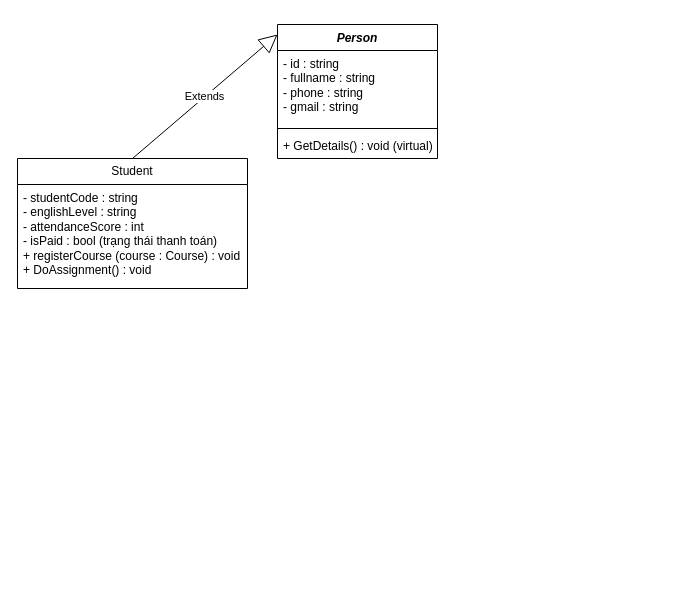
Above: Class_Diagram_QL_TrungTam_TA.drawio in ngocyen06/OOP_QL_Trung_tam_Tieng_Anh (draw.io), before the change. Source tidied: cells renumbered, new cells numbered last; positions are measured from the earlier drawing's top-left corner, leaving out a move shared by most shapes. Both pictures are drawn from the tidied source at 100%, with x=0, y=0 at pixel (17, 24).
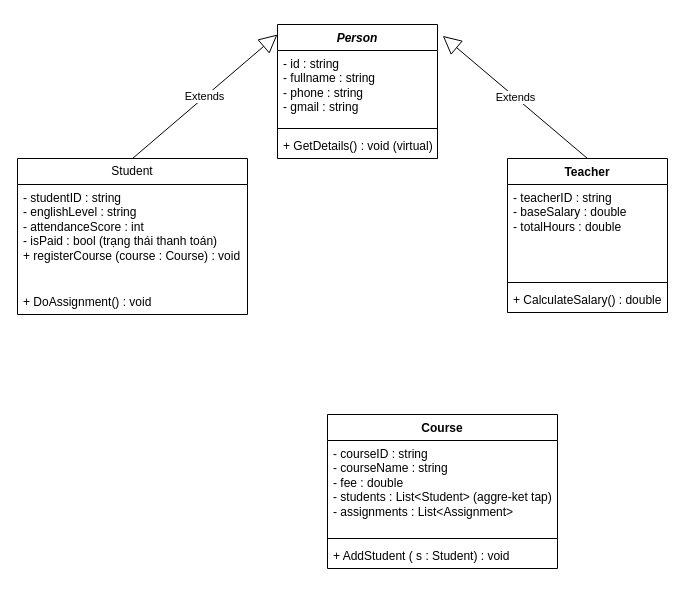
The same page after the edit.

Change to the diagram source:
```diff
@@
 <mxGraphModel>
   <root>
     <mxCell id="0" />
     <mxCell id="1" parent="0" />
     <mxCell id="2" value="&lt;i&gt;Person&lt;/i&gt;" style="swimlane;fontStyle=1;align=center;verticalAlign=top;horizontal=1;startSize=26;whiteSpace=wrap;html=1;" parent="1" vertex="1">
       <mxGeometry x="260" width="160" height="134" as="geometry" />
     </mxCell>
     <mxCell id="3" value="- id : string&lt;div&gt;- fullname : string&lt;/div&gt;&lt;div&gt;- phone : string&lt;/div&gt;&lt;div&gt;- gmail : string&lt;/div&gt;" style="text;strokeColor=none;fillColor=none;align=left;verticalAlign=top;spacingLeft=4;spacingRight=4;overflow=hidden;whiteSpace=wrap;html=1;" parent="2" vertex="1">
       <mxGeometry y="26" width="160" height="74" as="geometry" />
     </mxCell>
     <mxCell id="4" style="line;strokeWidth=1;fillColor=none;align=left;verticalAlign=middle;spacingTop=-1;spacingLeft=3;spacingRight=3;labelPosition=right;strokeColor=inherit;" parent="2" vertex="1">
       <mxGeometry y="100" width="160" height="8" as="geometry" />
     </mxCell>
     <mxCell id="5" value="+ GetDetails() : void (virtual)" style="text;strokeColor=none;fillColor=none;align=left;verticalAlign=top;spacingLeft=4;spacingRight=4;overflow=hidden;whiteSpace=wrap;html=1;" parent="2" vertex="1">
       <mxGeometry y="108" width="160" height="26" as="geometry" />
     </mxCell>
     <mxCell id="6" value="Student" style="swimlane;fontStyle=0;horizontal=1;startSize=26;fillColor=none;whiteSpace=wrap;html=1;" parent="1" vertex="1">
-      <mxGeometry y="134" width="230" height="130" as="geometry" />
+      <mxGeometry y="134" width="230" height="156" as="geometry" />
     </mxCell>
-    <mxCell id="7" value="- studentCode : string&lt;div&gt;- englishLevel : string&lt;/div&gt;&lt;div&gt;- attendanceScore : int&lt;/div&gt;&lt;div&gt;- isPaid : bool (trạng thái thanh toán)&lt;/div&gt;&lt;div&gt;+ registerCourse (course : Course) : void&lt;/div&gt;&lt;div&gt;+ DoAssignment() : void&lt;/div&gt;" style="text;strokeColor=none;fillColor=none;align=left;verticalAlign=top;spacingLeft=4;spacingRight=4;overflow=hidden;whiteSpace=wrap;html=1;" parent="6" vertex="1">
+    <mxCell id="7" value="- studentID : string&lt;div&gt;- englishLevel : string&lt;/div&gt;&lt;div&gt;- attendanceScore : int&lt;/div&gt;&lt;div&gt;- isPaid : bool (trạng thái thanh toán)&lt;/div&gt;&lt;div&gt;+ registerCourse (course : Course) : void&lt;/div&gt;&lt;div&gt;&lt;br&gt;&lt;/div&gt;" style="text;strokeColor=none;fillColor=none;align=left;verticalAlign=top;spacingLeft=4;spacingRight=4;overflow=hidden;whiteSpace=wrap;html=1;" parent="6" vertex="1">
       <mxGeometry y="26" width="230" height="104" as="geometry" />
     </mxCell>
+    <mxCell id="9" value="+ DoAssignment() : void" style="text;strokeColor=none;fillColor=none;align=left;verticalAlign=top;spacingLeft=4;spacingRight=4;overflow=hidden;whiteSpace=wrap;html=1;" parent="6" vertex="1">
+      <mxGeometry y="130" width="230" height="26" as="geometry" />
+    </mxCell>
     <mxCell id="8" value="Extends" style="endArrow=block;endSize=16;endFill=0;html=1;rounded=0;entryX=0;entryY=0.075;entryDx=0;entryDy=0;entryPerimeter=0;exitX=0.5;exitY=0;exitDx=0;exitDy=0;" parent="1" edge="1" source="6" target="2">
       <mxGeometry relative="1" as="geometry" />
     </mxCell>
+    <mxCell id="10" value="Teacher" style="swimlane;fontStyle=1;align=center;verticalAlign=top;horizontal=1;startSize=26;whiteSpace=wrap;html=1;" parent="1" vertex="1">
+      <mxGeometry x="490" y="134" width="160" height="154" as="geometry" />
+    </mxCell>
+    <mxCell id="11" value="- teacherID : string&lt;div&gt;- baseSalary : double&lt;/div&gt;&lt;div&gt;- totalHours : double&lt;/div&gt;" style="text;strokeColor=none;fillColor=none;align=left;verticalAlign=top;spacingLeft=4;spacingRight=4;overflow=hidden;whiteSpace=wrap;html=1;" parent="10" vertex="1">
+      <mxGeometry y="26" width="160" height="94" as="geometry" />
+    </mxCell>
+    <mxCell id="12" style="line;strokeWidth=1;fillColor=none;align=left;verticalAlign=middle;spacingTop=-1;spacingLeft=3;spacingRight=3;labelPosition=right;strokeColor=inherit;" parent="10" vertex="1">
+      <mxGeometry y="120" width="160" height="8" as="geometry" />
+    </mxCell>
+    <mxCell id="13" value="+ CalculateSalary() : double" style="text;strokeColor=none;fillColor=none;align=left;verticalAlign=top;spacingLeft=4;spacingRight=4;overflow=hidden;whiteSpace=wrap;html=1;" parent="10" vertex="1">
+      <mxGeometry y="128" width="160" height="26" as="geometry" />
+    </mxCell>
+    <mxCell id="14" value="Extends" style="endArrow=block;endSize=16;endFill=0;html=1;rounded=0;entryX=1.033;entryY=0.085;entryDx=0;entryDy=0;entryPerimeter=0;exitX=0.5;exitY=0;exitDx=0;exitDy=0;" parent="1" edge="1" source="10" target="2">
+      <mxGeometry relative="1" as="geometry" />
+    </mxCell>
+    <mxCell id="15" value="Course" style="swimlane;fontStyle=1;align=center;verticalAlign=top;horizontal=1;startSize=26;whiteSpace=wrap;html=1;" parent="1" vertex="1">
+      <mxGeometry x="310" y="390" width="230" height="154" as="geometry" />
+    </mxCell>
+    <mxCell id="16" value="- courseID : string&lt;div&gt;- courseName : string&lt;/div&gt;&lt;div&gt;- fee : double&lt;/div&gt;&lt;div&gt;- students : List&amp;lt;Student&amp;gt; (aggre-ket tap)&lt;/div&gt;&lt;div&gt;- assignments : List&amp;lt;Assignment&amp;gt;&lt;/div&gt;&lt;div&gt;&lt;br&gt;&lt;/div&gt;" style="text;strokeColor=none;fillColor=none;align=left;verticalAlign=top;spacingLeft=4;spacingRight=4;overflow=hidden;whiteSpace=wrap;html=1;" parent="15" vertex="1">
+      <mxGeometry y="26" width="230" height="94" as="geometry" />
+    </mxCell>
+    <mxCell id="17" style="line;strokeWidth=1;fillColor=none;align=left;verticalAlign=middle;spacingTop=-1;spacingLeft=3;spacingRight=3;labelPosition=right;strokeColor=inherit;" parent="15" vertex="1">
+      <mxGeometry y="120" width="230" height="8" as="geometry" />
+    </mxCell>
+    <mxCell id="18" value="+ AddStudent ( s : Student) : void" style="text;strokeColor=none;fillColor=none;align=left;verticalAlign=top;spacingLeft=4;spacingRight=4;overflow=hidden;whiteSpace=wrap;html=1;" parent="15" vertex="1">
+      <mxGeometry y="128" width="230" height="26" as="geometry" />
+    </mxCell>
   </root>
 </mxGraphModel>
```
